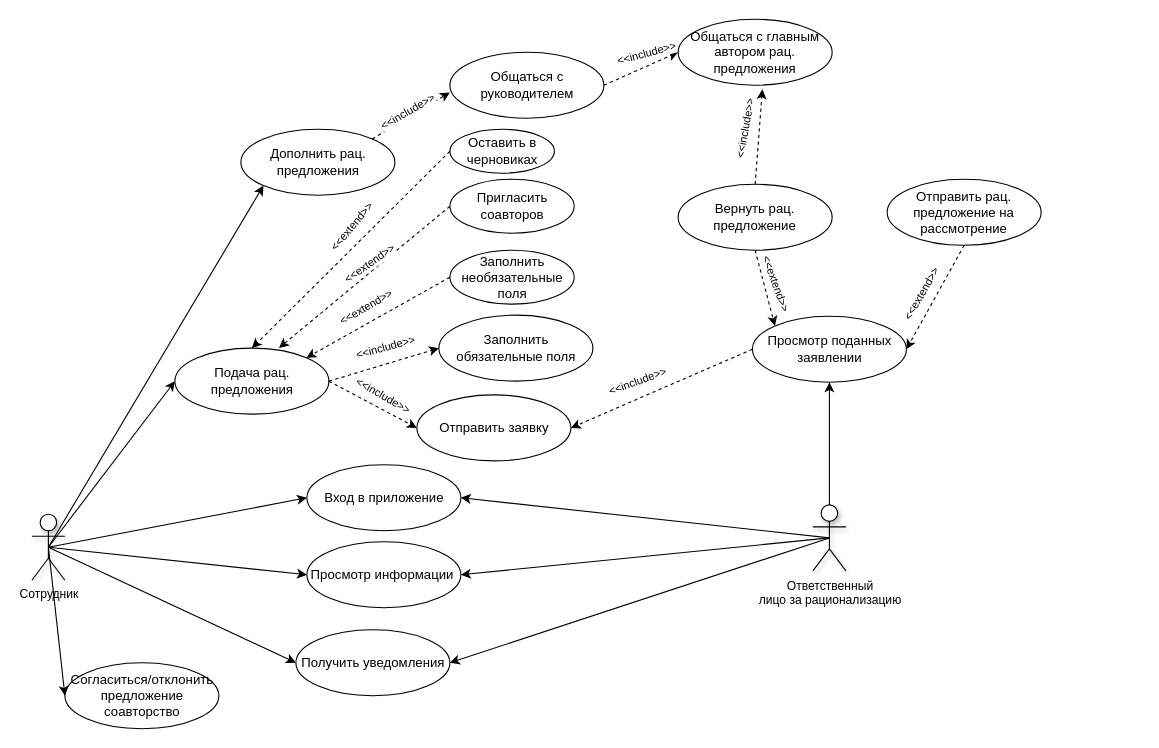
This is page "Диаграмма прецедентов" (4 of 4) of IDEF0.drawio from Ideas-maker/diagram, a draw.io file, before an edit. Source tidied: cells renumbered, new cells numbered last; positions are measured from the earlier drawing's top-left corner, leaving out a move shared by most shapes. Both pictures are drawn from the tidied source at 110%, with x=0, y=0 at pixel (31, 19).
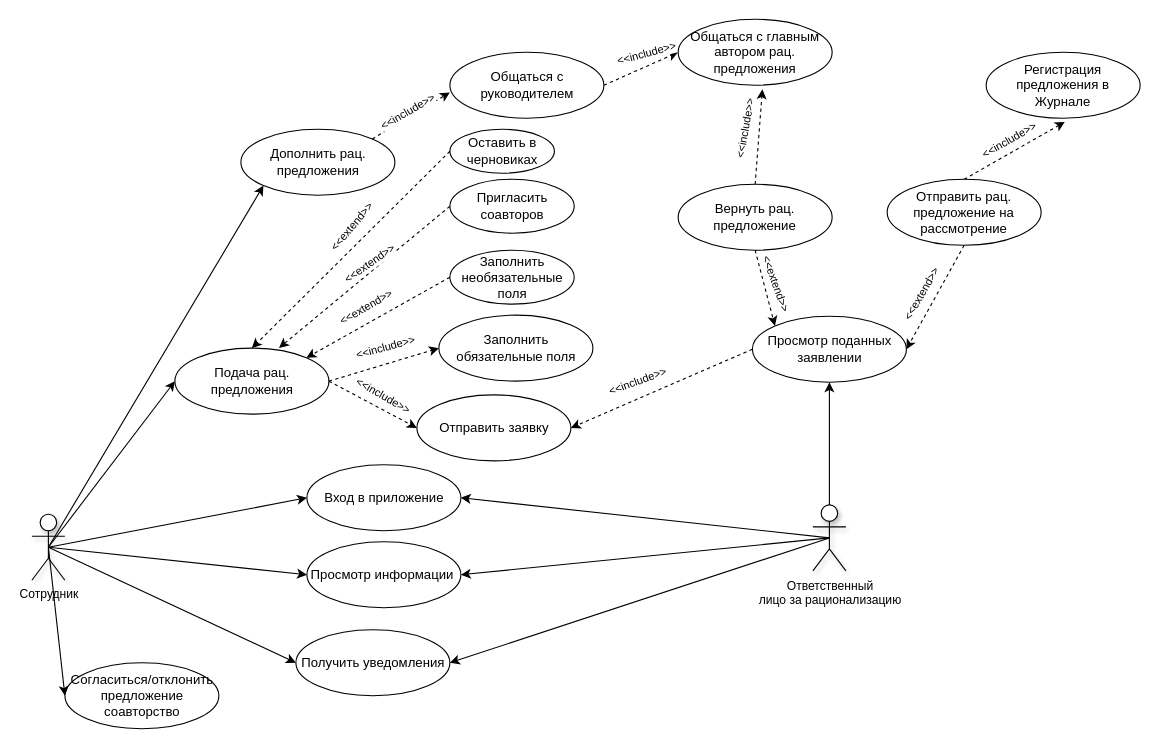
The same diagram, later.

Unchanged cells that the change refers to:
```xml
<mxCell id="19" value="Отправить рац. предложение на рассмотрение" style="ellipse;whiteSpace=wrap;html=1;" parent="1" vertex="1">
  <mxGeometry x="778" y="145.5" width="140" height="60" as="geometry" />
</mxCell>
```

The edit, as a diff of the source:
```diff
@@
+    <mxCell id="52" value="Регистрация предложения в Журнале" style="ellipse;whiteSpace=wrap;html=1;" parent="1" vertex="1">
+      <mxGeometry x="868" y="30" width="140" height="60" as="geometry" />
+    </mxCell>
+    <mxCell id="53" style="endArrow=classic;html=1;entryX=0.511;entryY=1.056;entryDx=0;entryDy=0;dashed=1;exitX=0.5;exitY=0;exitDx=0;exitDy=0;entryPerimeter=0;" parent="1" edge="1" source="19" target="52">
+      <mxGeometry relative="1" as="geometry" />
+    </mxCell>
+    <mxCell id="54" value="&lt;font style=&quot;font-size: 10px;&quot;&gt;&amp;lt;&amp;lt;include&amp;gt;&amp;gt;&lt;/font&gt;" style="text;html=1;align=center;verticalAlign=middle;labelBackgroundColor=#ffffff;rotation=-30;fontSize=10;" parent="53" vertex="1">
+      <mxGeometry x="0.39" y="-1" relative="1" as="geometry">
+        <mxPoint x="-24" as="offset" />
+      </mxGeometry>
+    </mxCell>
```
